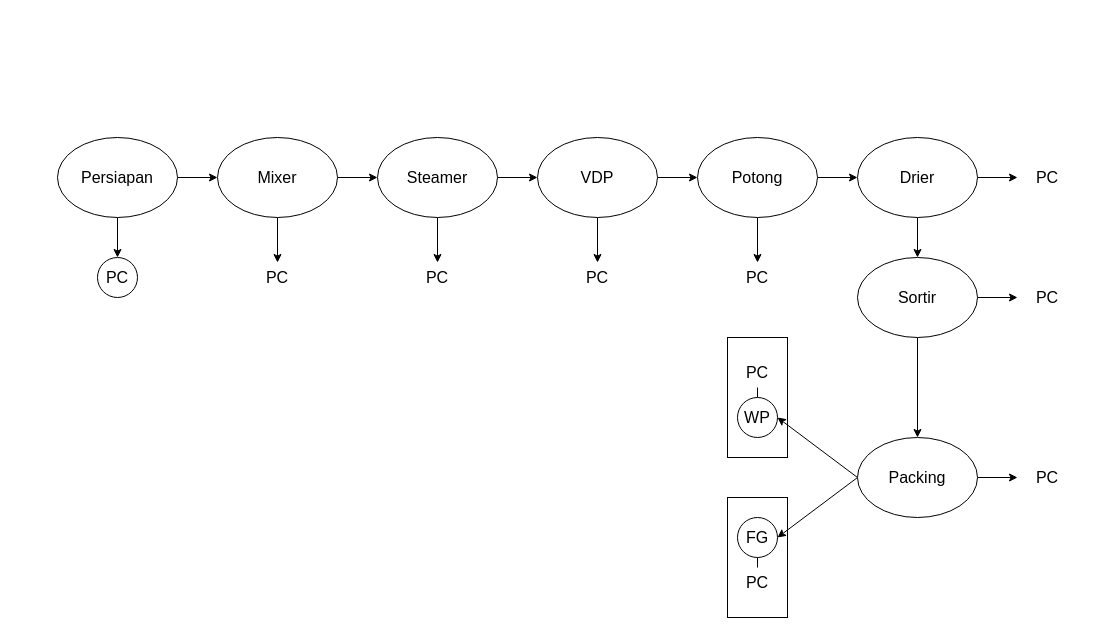
Earlier version of the draw.io diagram LayoutSKL1-2.drawio (elangR1/drawio). Source tidied: cells renumbered, new cells numbered last; positions are measured from the earlier drawing's top-left corner, leaving out a move shared by most shapes. Both pictures are drawn from the tidied source at 100%, with x=0, y=0 at pixel (57, 137).
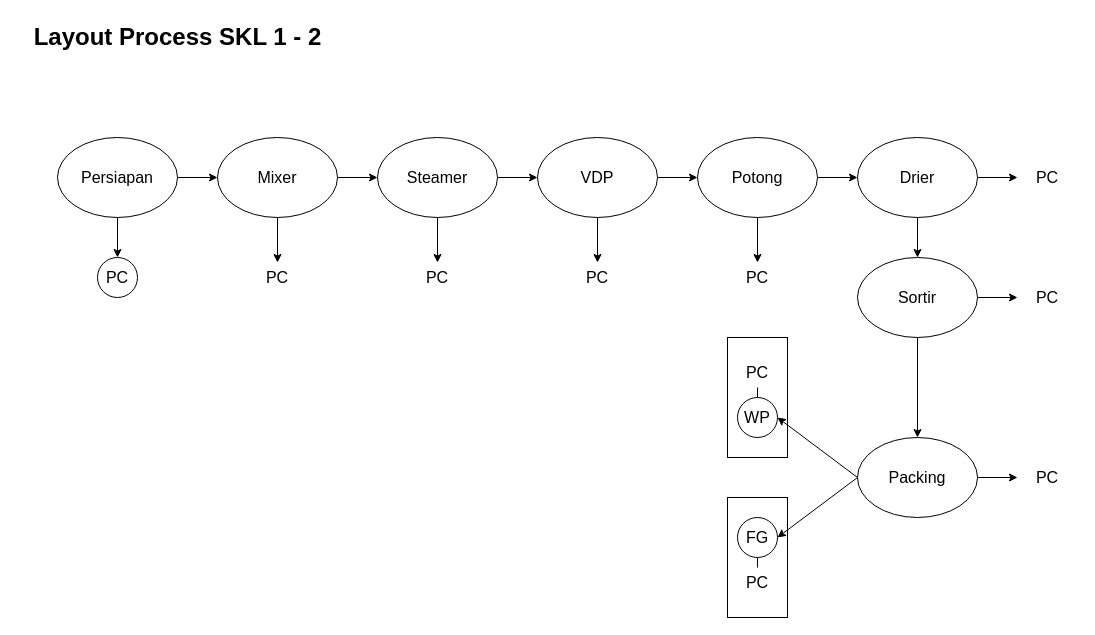
Above is the later version.

Diff of the diagram source:
```diff
@@
+    <mxCell id="43" value="Layout Process SKL 1 - 2" style="text;strokeColor=none;fillColor=none;html=1;fontSize=24;fontStyle=1;verticalAlign=middle;align=center;" parent="1" vertex="1">
+      <mxGeometry x="-40" y="-120" width="320" height="40" as="geometry" />
+    </mxCell>
```
